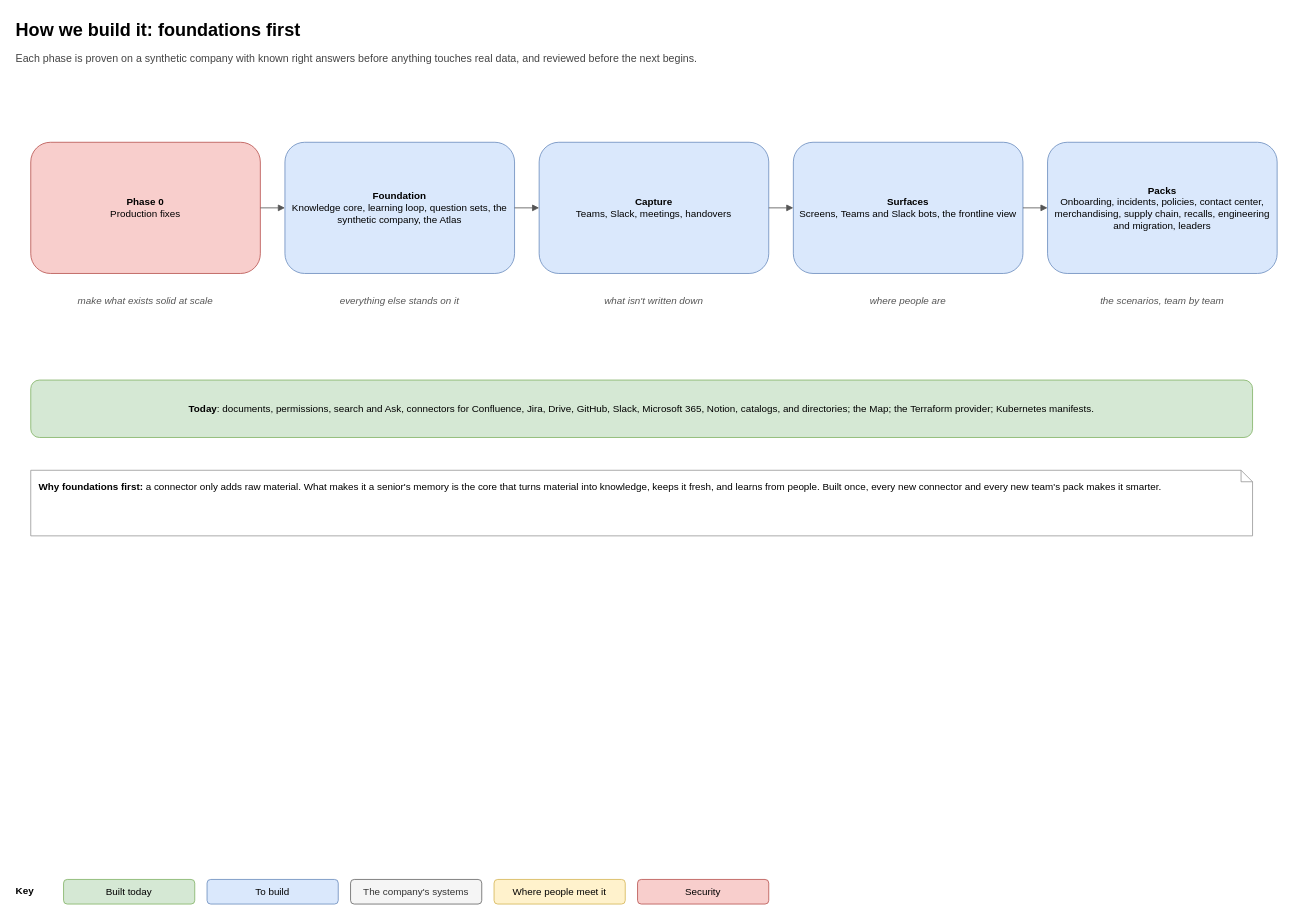
aerugo-hq/aerugo-self-host keeps this draw.io diagram as page "10. How we build it" (10 of 10) of docs/architecture/aerugo-architecture.drawio. Above is the earlier version. Source tidied: cells renumbered, new cells numbered last; positions are measured from the earlier drawing's top-left corner, leaving out a move shared by most shapes. Both pictures are drawn from the tidied source at 82%, with x=0, y=0 at pixel (14, 14).
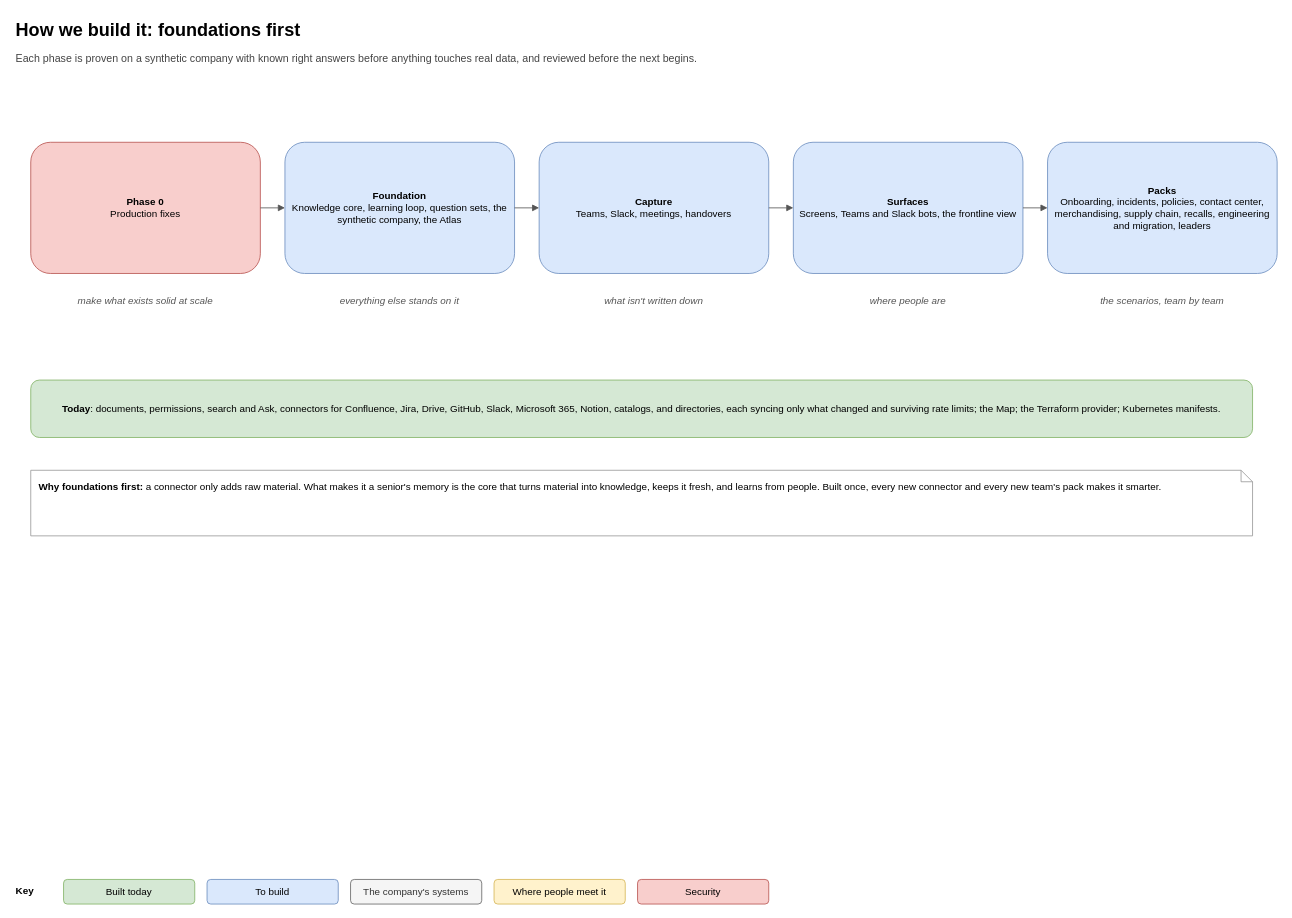
The same diagram, later.

Commit message (it also covers changes not shown here):
Phase 0's records: P1 to P3, H1, H5, H4, H2, H6, what proved them, and the architecture's "today"

What changed in the source:
```diff
@@
-    <mxCell id="18" value="&lt;b&gt;Today&lt;/b&gt;: documents, permissions, search and Ask, connectors for Confluence, Jira, Drive, GitHub, Slack, Microsoft 365, Notion, catalogs, and directories; the Map; the Terraform provider; Kubernetes manifests." style="rounded=1;whiteSpace=wrap;html=1;fillColor=#d5e8d4;strokeColor=#82b366;fontSize=12;" parent="1" vertex="1">
+    <mxCell id="18" value="&lt;b&gt;Today&lt;/b&gt;: documents, permissions, search and Ask, connectors for Confluence, Jira, Drive, GitHub, Slack, Microsoft 365, Notion, catalogs, and directories, each syncing only what changed and surviving rate limits; the Map; the Terraform provider; Kubernetes manifests." style="rounded=1;whiteSpace=wrap;html=1;fillColor=#d5e8d4;strokeColor=#82b366;fontSize=12;" parent="1" vertex="1">
       <mxGeometry x="20" y="446" width="1490" height="70" as="geometry" />
     </mxCell>
```
